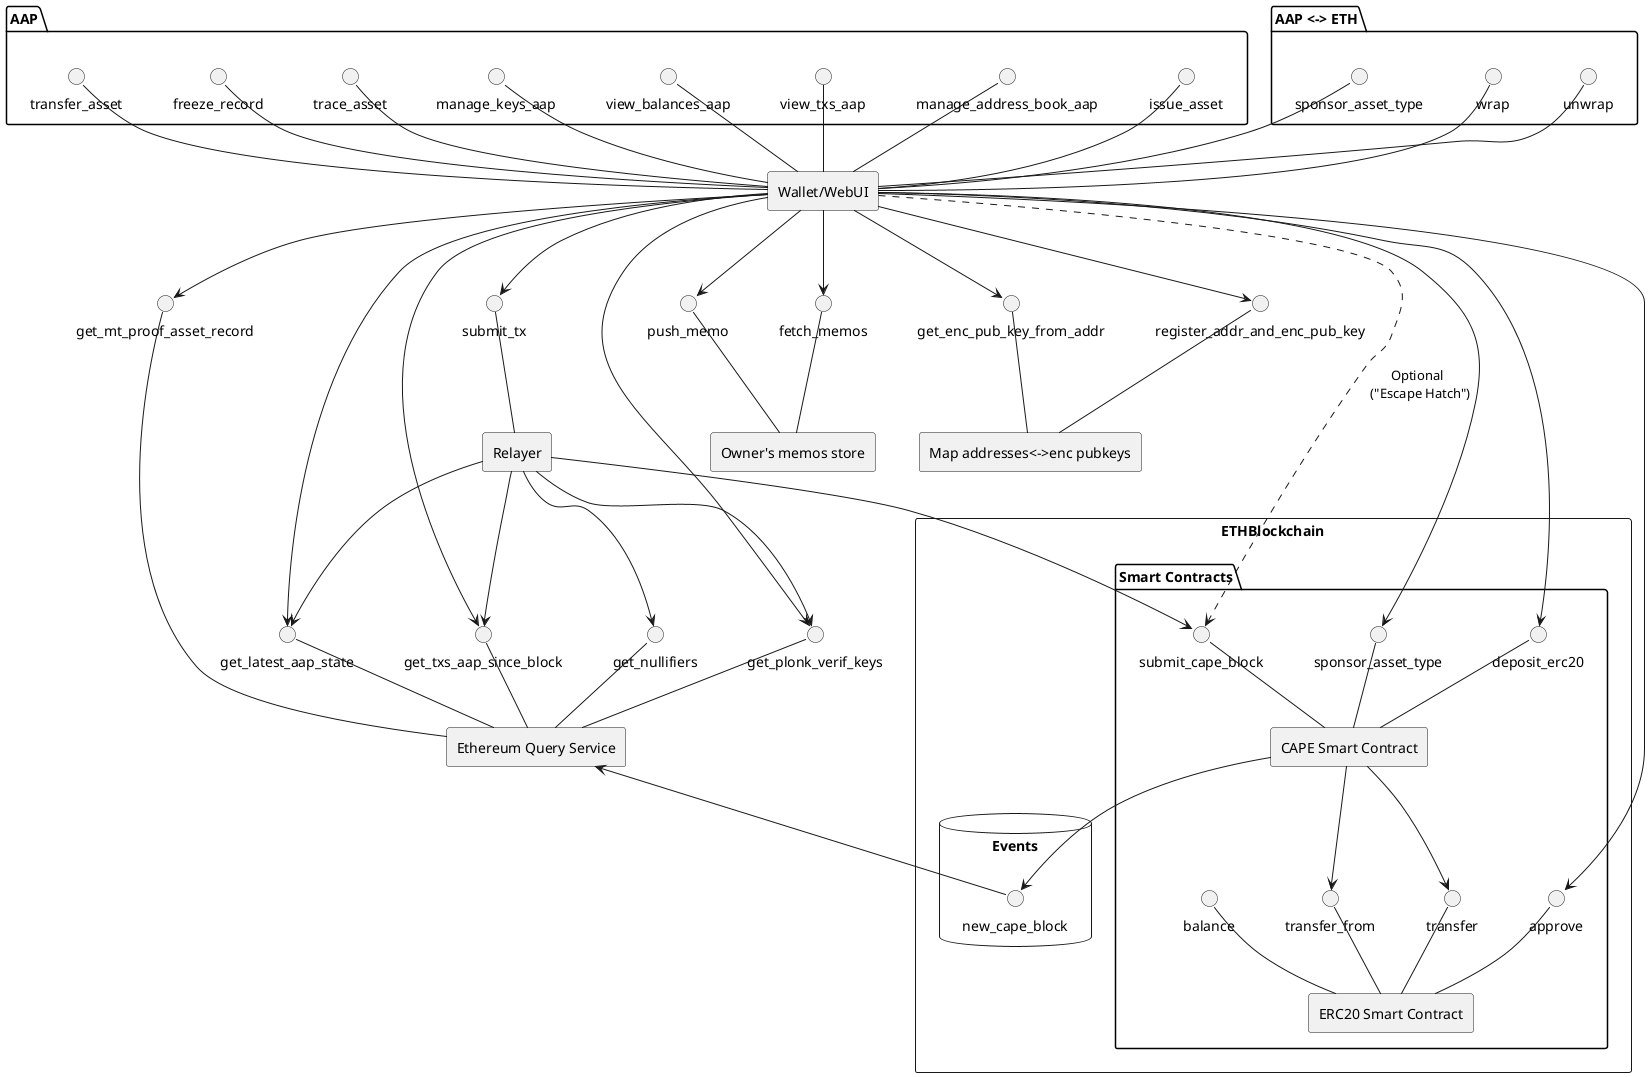
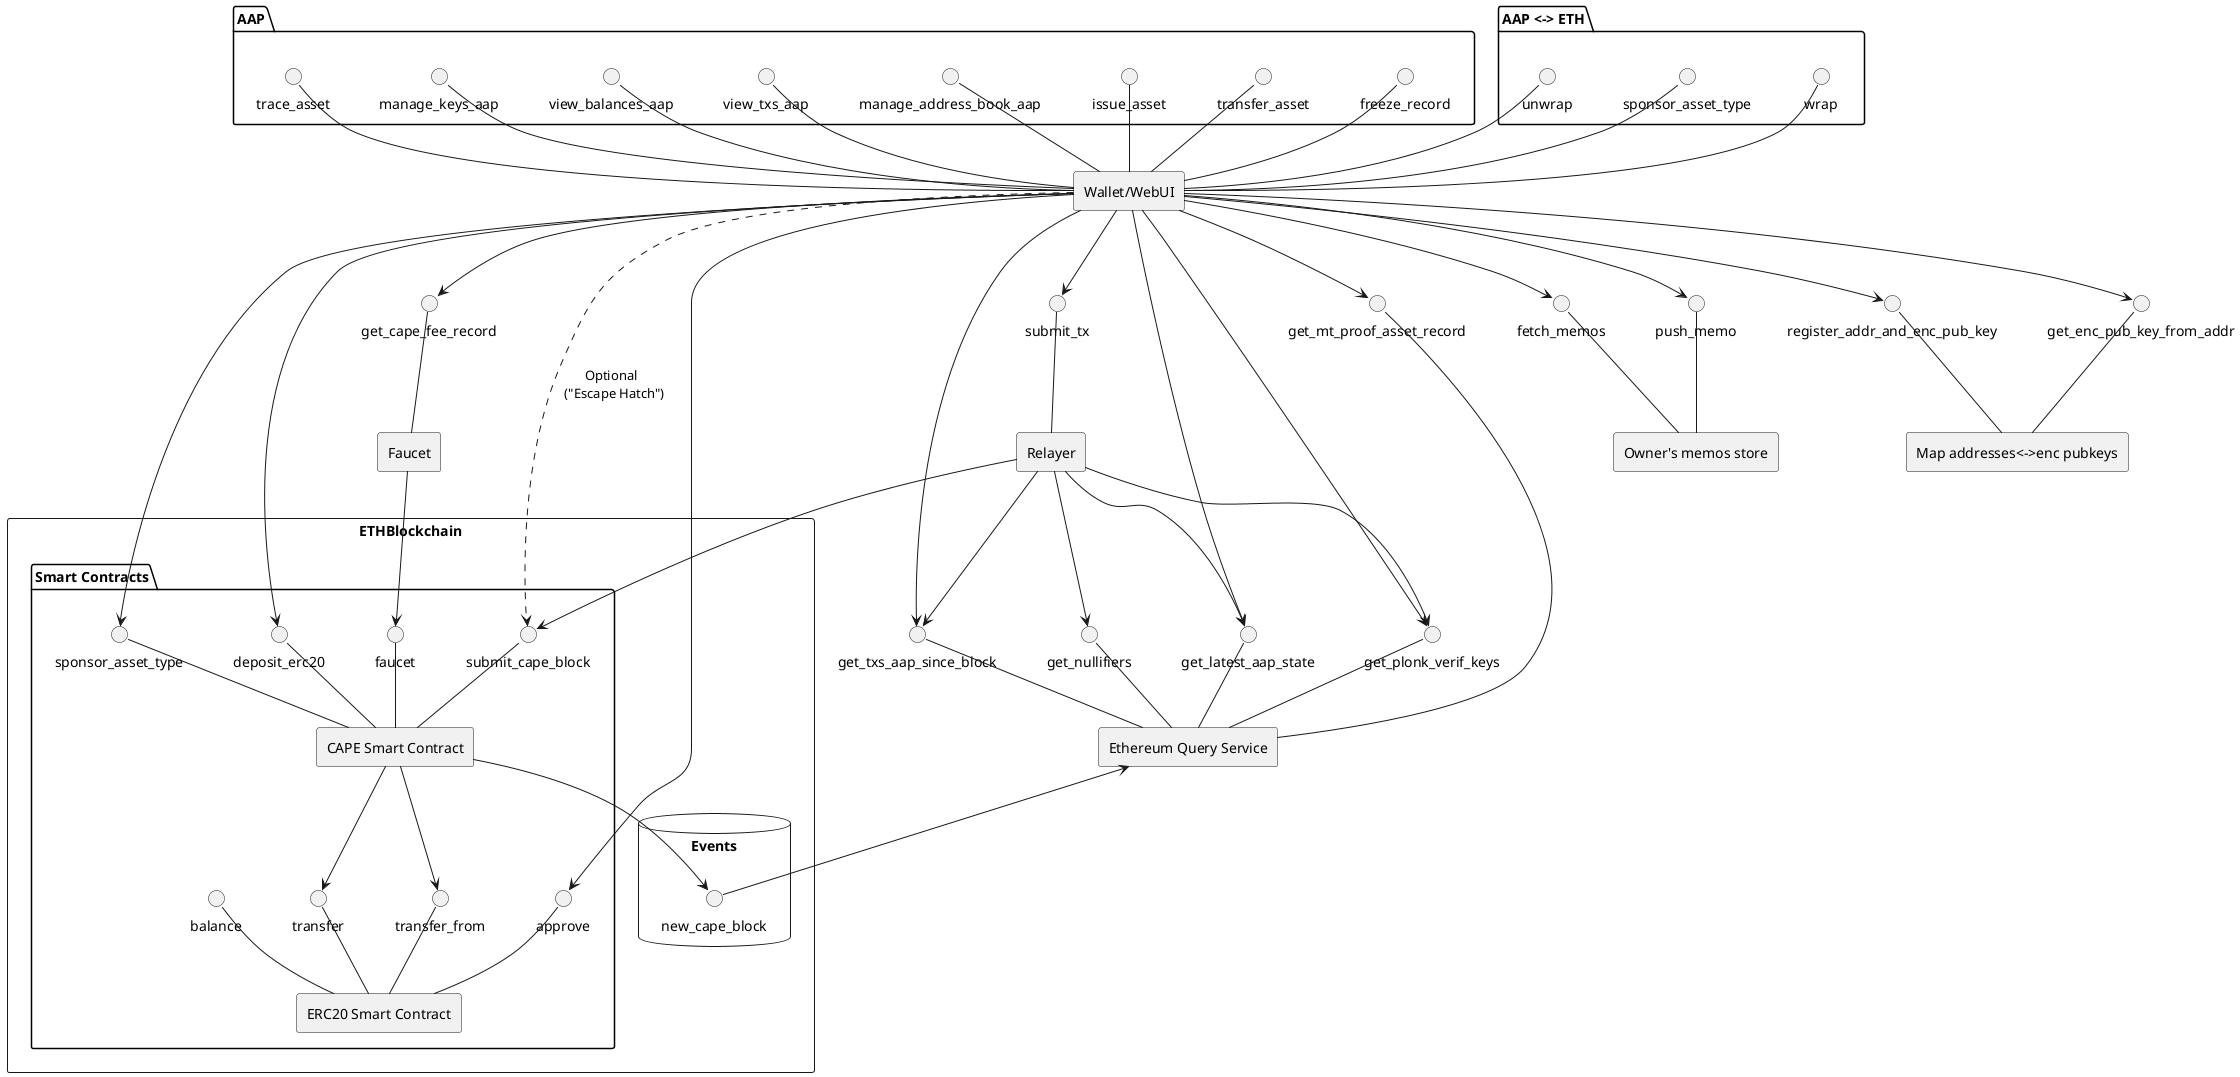
@startuml
skinparam componentStyle rectangle

component "Wallet/WebUI" as UI


package "AAP" {
    issue_asset -down- UI
    transfer_asset -down- UI
    freeze_record -down- UI
    trace_asset -down- UI
    manage_keys_aap -down- UI
    view_balances_aap -down- UI
    view_txs_aap -down- UI
    manage_address_book_aap -down- UI
}
package "AAP <-> ETH" {
    sponsor_asset_type -down- UI
    wrap -down- UI
    unwrap -down- UI
}


[Relayer]
interface submit_tx
submit_tx -down- Relayer

[Ethereum Query Service] as EQS
interface get_mt_proof_asset_record
interface get_txs_aap_since_block
interface get_latest_aap_state
interface get_plonk_verif_keys
interface get_nullifiers
get_nullifiers -down- EQS
get_plonk_verif_keys -down- EQS
get_txs_aap_since_block -down- EQS
get_mt_proof_asset_record -down- EQS
get_latest_aap_state -down- EQS

' [Ethereum Access Provider] as EAP

[Owner's memos store] as OMS
interface fetch_memos
interface push_memo
fetch_memos -down- OMS
push_memo -down- OMS


[Map addresses<->enc pubkeys] as MAPADDRENC
interface register_addr_and_enc_pub_key
interface get_enc_pub_key_from_addr
register_addr_and_enc_pub_key -down- MAPADDRENC
get_enc_pub_key_from_addr -down- MAPADDRENC

+ [Faucet] as F
+ interface get_cape_fee_record
+ get_cape_fee_record -down- F

component ETHBlockchain {

    Package "Smart Contracts" {

        [CAPE Smart Contract] as CAPESC
        interface submit_cape_block
        interface "sponsor_asset_type" as sponsor_asset_type_cape
        interface deposit_erc20
+         interface faucet
        submit_cape_block -down- CAPESC
        sponsor_asset_type_cape -down- CAPESC
        deposit_erc20 -down- CAPESC
+         faucet -down- CAPESC
+ 

        [ERC20 Smart Contract] as ERC20
        interface approve
        interface transfer_from
        interface transfer
        interface balance
+ 

        approve -down- ERC20
        transfer -down- ERC20
        balance -down- ERC20
        transfer_from -down- ERC20

    }

    database Events {
        interface new_cape_block
    }

}

Relayer -down-> submit_cape_block
Relayer -down-> get_txs_aap_since_block
Relayer -down-> get_latest_aap_state
Relayer -down-> get_nullifiers
Relayer -down-> get_plonk_verif_keys

+ F -down-> faucet
+ 
CAPESC -down-> transfer_from
CAPESC -down-> transfer
CAPESC -down-> new_cape_block

UI -down-> fetch_memos
UI -down-> submit_tx
UI -down-> sponsor_asset_type_cape
UI -down-> push_memo
UI -down-> deposit_erc20
UI -down-> approve
UI -down-> get_mt_proof_asset_record
UI -down-> get_txs_aap_since_block
UI -down-> register_addr_and_enc_pub_key
UI -down-> get_enc_pub_key_from_addr
UI -down-> get_latest_aap_state
UI -down-> get_plonk_verif_keys
UI -down..-> submit_cape_block: Optional \n ("Escape Hatch")
+ UI -down-> get_cape_fee_record

new_cape_block -up-> EQS

@enduml
